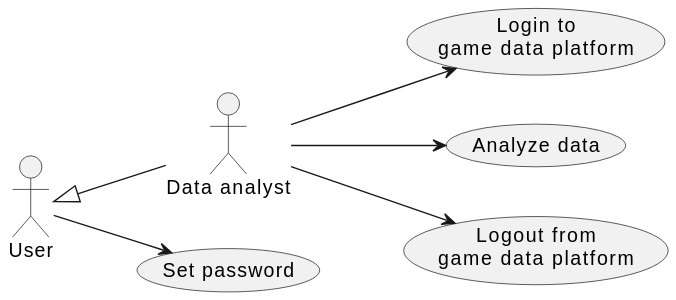
Earlier version of the PlantUML export doc/1-use-cases/diagrams/game-data-analysis.svg (averbraeck/gscg-design). The source it was exported from:
```plantuml
@startuml
left to right direction

"Data analyst" as DA
User <|-- DA

User --> (Set password)

DA --> (Login to\ngame data platform)
DA --> (Analyze data)
DA --> (Logout from\ngame data platform)
@enduml
```
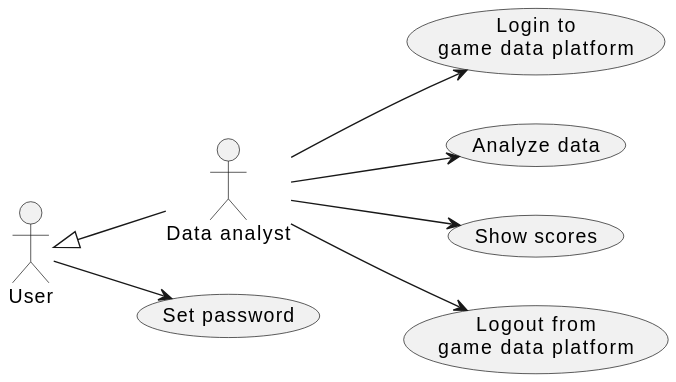
Later version of the same file.

Change to the diagram source:
```diff
@@ -8,5 +8,6 @@
 
 DA --> (Login to\ngame data platform)
 DA --> (Analyze data)
+DA --> (Show scores)
 DA --> (Logout from\ngame data platform)
 @enduml
```
